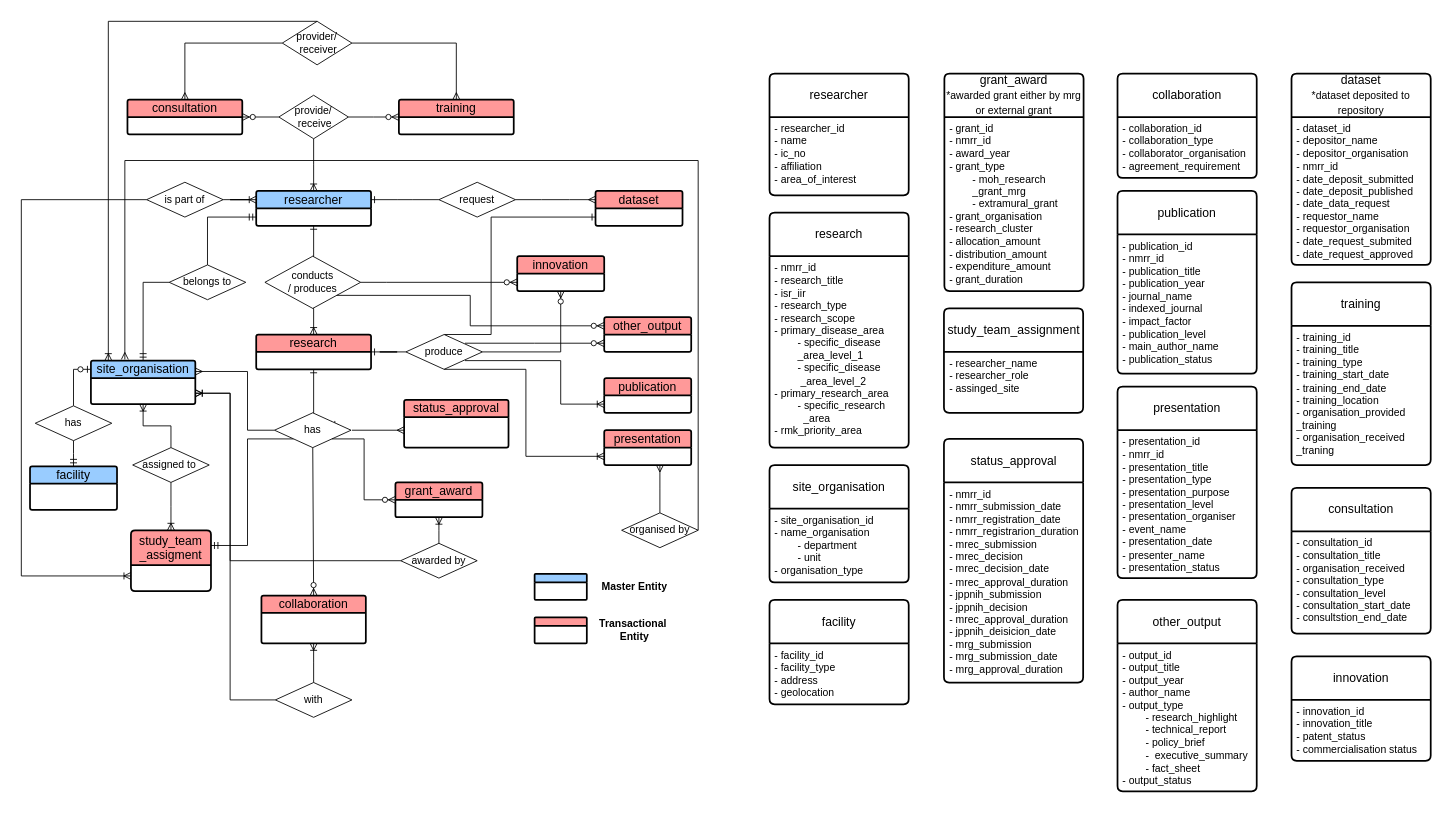
This is prism_conceptual_diagram _details.drawio from rafsyahmi/prism_data_concepts, a draw.io file, before an edit. Source tidied: cells renumbered, new cells numbered last; positions are measured from the earlier drawing's top-left corner, leaving out a move shared by most shapes. Both pictures are drawn from the tidied source at 87%, with x=0, y=0 at pixel (21, 21).
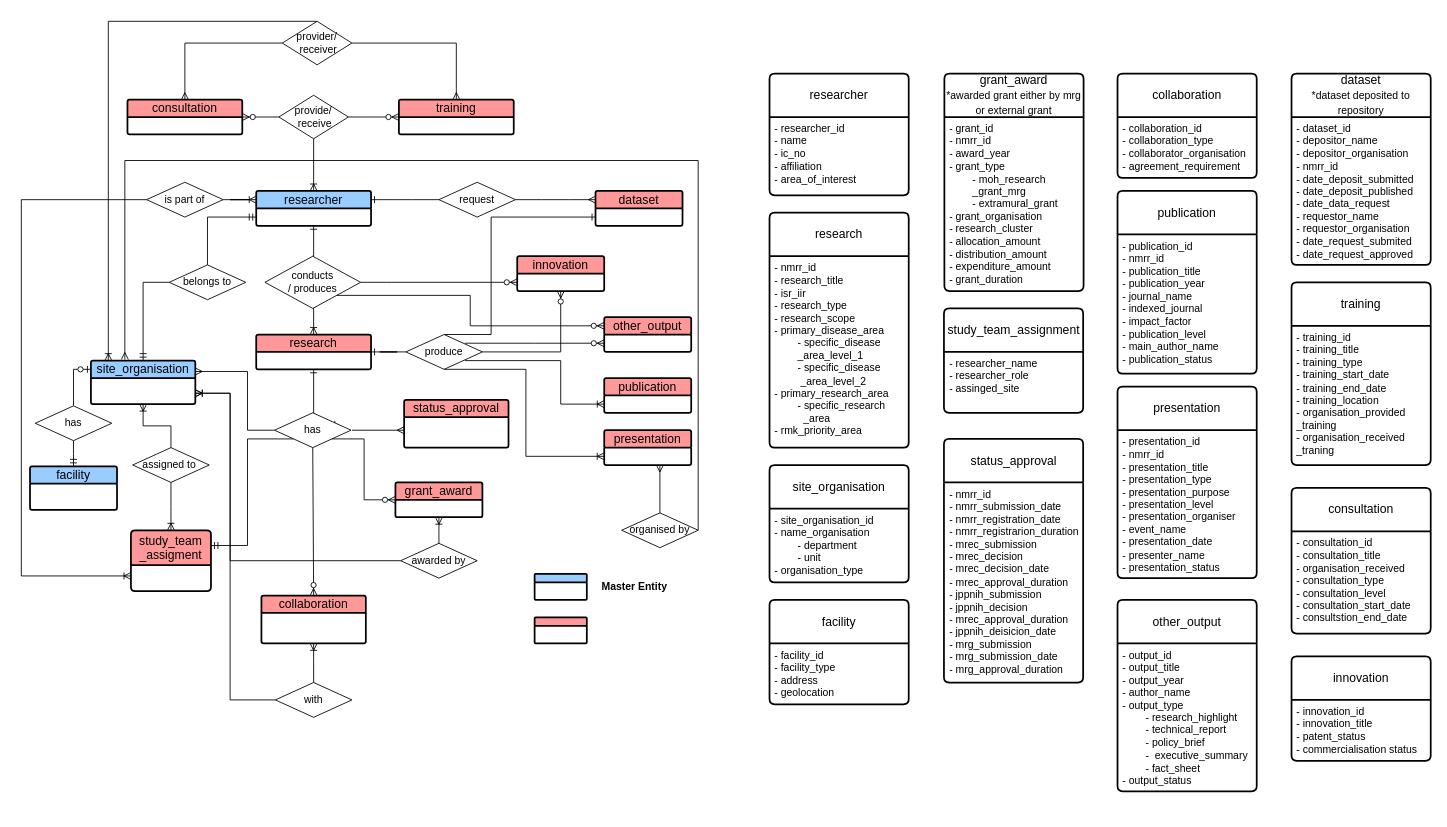
Above is the later version.

The edit, as a diff of the source:
```diff
@@
-    <mxCell id="65" value="&lt;b&gt;Transactional&amp;nbsp;&lt;/b&gt;&lt;div&gt;&lt;b&gt;Entity&lt;/b&gt;&lt;/div&gt;" style="text;html=1;whiteSpace=wrap;strokeColor=none;fillColor=none;align=center;verticalAlign=middle;rounded=0;" parent="1" vertex="1">
-      <mxGeometry x="660" y="685" width="90" height="30" as="geometry" />
-    </mxCell>
```
